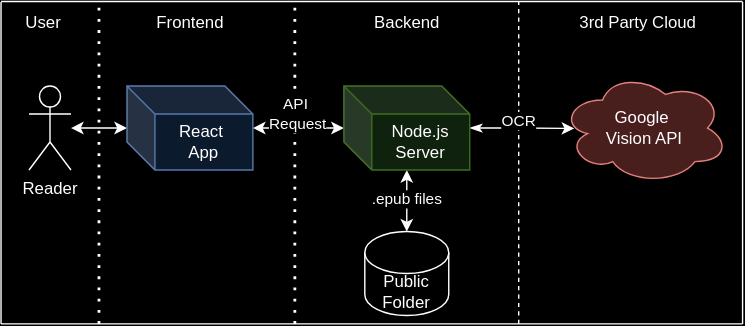
This is docs/figures/epub.drawio.svg from Veggissss/scan-shelf, a draw.io export, as it was before one commit. Source tidied: cells renumbered, new cells last; positions are measured from the earlier drawing's top-left corner, leaving out a move shared by most shapes.
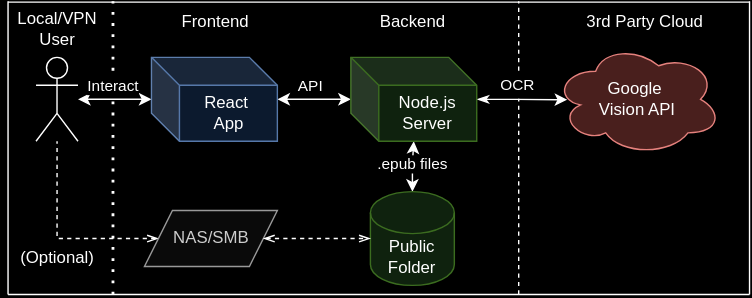
Above is the later version.

Change to the diagram source:
```diff
@@ -10,95 +10,116 @@
         <mxPoint x="1" as="offset" />
       </mxGeometry>
     </mxCell>
-    <mxCell id="4" value="Public&lt;div&gt;Folder&lt;/div&gt;" style="shape=cylinder3;whiteSpace=wrap;html=1;boundedLbl=1;backgroundOutline=1;size=15;" parent="1" vertex="1">
-      <mxGeometry x="260" y="164" width="60" height="60" as="geometry" />
+    <mxCell id="4" value="Public&lt;div&gt;Folder&lt;/div&gt;" style="shape=cylinder3;whiteSpace=wrap;html=1;boundedLbl=1;backgroundOutline=1;size=15;fillColor=#d5e8d4;strokeColor=#82b366;" parent="1" vertex="1">
+      <mxGeometry x="254" y="116.5" width="60" height="67" as="geometry" />
     </mxCell>
-    <mxCell id="5" style="edgeStyle=orthogonalEdgeStyle;rounded=0;jettySize=auto;html=1;startArrow=classic;startFill=1;" parent="1" edge="1" source="6">
-      <mxGeometry relative="1" as="geometry">
-        <mxPoint x="90" y="90" as="targetPoint" />
-      </mxGeometry>
+    <mxCell id="5" style="edgeStyle=orthogonalEdgeStyle;rounded=0;jettySize=auto;html=1;startArrow=classic;startFill=1;entryX=0;entryY=0.5;entryDx=0;entryDy=0;entryPerimeter=0;" parent="1" edge="1" source="6" target="10">
+      <mxGeometry relative="1" as="geometry" />
     </mxCell>
+    <mxCell id="25" value="Interact" style="edgeLabel;html=1;align=center;verticalAlign=middle;" parent="5" vertex="1">
+      <mxGeometry x="0.36" y="1" relative="1" as="geometry">
+        <mxPoint x="-11" y="-9" as="offset" />
+      </mxGeometry>
+    </mxCell>
-    <mxCell id="6" value="Reader" style="shape=umlActor;verticalLabelPosition=bottom;verticalAlign=top;html=1;outlineConnect=0;" parent="1" vertex="1">
-      <mxGeometry x="20" y="60" width="30" height="60" as="geometry" />
+    <mxCell id="6" value="&lt;div&gt;&lt;br&gt;&lt;/div&gt;&lt;div&gt;&lt;br&gt;&lt;/div&gt;" style="shape=umlActor;verticalLabelPosition=bottom;verticalAlign=top;html=1;outlineConnect=0;" parent="1" vertex="1">
+      <mxGeometry x="15" y="20.5" width="30" height="60" as="geometry" />
     </mxCell>
     <mxCell id="7" style="edgeStyle=orthogonalEdgeStyle;rounded=0;jettySize=auto;html=1;startArrow=classic;startFill=1;" parent="1" edge="1" source="9" target="10">
       <mxGeometry relative="1" as="geometry" />
     </mxCell>
+    <mxCell id="26" value="API" style="edgeLabel;html=1;align=center;verticalAlign=middle;" parent="7" vertex="1">
+      <mxGeometry x="-0.1" y="1" relative="1" as="geometry">
+        <mxPoint x="-6" y="-11" as="offset" />
+      </mxGeometry>
+    </mxCell>
     <mxCell id="8" style="edgeStyle=orthogonalEdgeStyle;rounded=0;jettySize=auto;html=1;startArrow=classicThin;startFill=1;entryX=0.081;entryY=0.504;entryDx=0;entryDy=0;entryPerimeter=0;" parent="1" edge="1" source="9" target="16">
       <mxGeometry relative="1" as="geometry" />
     </mxCell>
+    <mxCell id="15" value="OCR" style="edgeLabel;html=1;align=center;verticalAlign=middle;" parent="8" vertex="1">
+      <mxGeometry x="-0.39" y="1" relative="1" as="geometry">
+        <mxPoint x="9" y="-10" as="offset" />
+      </mxGeometry>
+    </mxCell>
     <mxCell id="9" value="&lt;div&gt;Node.js&lt;/div&gt;Server" style="shape=cube;whiteSpace=wrap;html=1;boundedLbl=1;backgroundOutline=1;darkOpacity=0.05;darkOpacity2=0.1;fillColor=#d5e8d4;strokeColor=#82b366;" parent="1" vertex="1">
-      <mxGeometry x="245" y="60" width="90" height="60" as="geometry" />
+      <mxGeometry x="240" y="20.5" width="90" height="60" as="geometry" />
     </mxCell>
     <mxCell id="10" value="React&amp;nbsp;&lt;div&gt;App&lt;/div&gt;" style="shape=cube;whiteSpace=wrap;html=1;boundedLbl=1;backgroundOutline=1;darkOpacity=0.05;darkOpacity2=0.1;fillColor=#dae8fc;strokeColor=#6c8ebf;" parent="1" vertex="1">
-      <mxGeometry x="90" y="60" width="90" height="60" as="geometry" />
+      <mxGeometry x="97.5" y="20.5" width="90" height="60" as="geometry" />
     </mxCell>
-    <mxCell id="11" style="endArrow=none;dashed=1;html=1;dashPattern=1 3;strokeWidth=2;rounded=0;" parent="1" edge="1">
-      <mxGeometry relative="1" as="geometry">
-        <mxPoint x="210" y="230" as="sourcePoint" />
-        <mxPoint x="210" as="targetPoint" />
-      </mxGeometry>
-    </mxCell>
-    <mxCell id="12" value="API&amp;nbsp;&lt;div&gt;Request&lt;/div&gt;" style="edgeLabel;html=1;align=center;verticalAlign=middle;" parent="11" vertex="1">
-      <mxGeometry x="-0.02" y="3" relative="1" as="geometry">
-        <mxPoint x="5" y="-38" as="offset" />
-      </mxGeometry>
-    </mxCell>
-    <mxCell id="13" style="endArrow=none;dashed=1;html=1;dashPattern=1 3;strokeWidth=2;rounded=0;" parent="1" edge="1">
-      <mxGeometry relative="1" as="geometry">
-        <mxPoint x="70" y="230" as="sourcePoint" />
-        <mxPoint x="70" as="targetPoint" />
-      </mxGeometry>
-    </mxCell>
     <mxCell id="14" style="endArrow=none;dashed=1;html=1;rounded=0;" parent="1" edge="1">
       <mxGeometry relative="1" as="geometry">
-        <mxPoint x="370" y="230" as="sourcePoint" />
-        <mxPoint x="370" as="targetPoint" />
+        <mxPoint x="360" y="190" as="sourcePoint" />
+        <mxPoint x="360" y="50" as="targetPoint" />
       </mxGeometry>
     </mxCell>
-    <mxCell id="15" value="OCR" style="edgeLabel;html=1;align=center;verticalAlign=middle;" parent="14" vertex="1">
-      <mxGeometry x="0.27" y="-1" relative="1" as="geometry">
-        <mxPoint x="-1" y="1" as="offset" />
-      </mxGeometry>
-    </mxCell>
     <mxCell id="16" value="Google&amp;nbsp;&lt;div&gt;Vision API&lt;/div&gt;" style="ellipse;shape=cloud;whiteSpace=wrap;html=1;fillColor=#f8cecc;strokeColor=#b85450;" parent="1" vertex="1">
-      <mxGeometry x="400" y="50" width="120" height="80" as="geometry" />
+      <mxGeometry x="385" y="10.5" width="120" height="80" as="geometry" />
     </mxCell>
     <mxCell id="17" value="Frontend" style="text;html=1;align=center;verticalAlign=middle;strokeColor=none;fillColor=none;" parent="1" vertex="1">
-      <mxGeometry x="100" width="70" height="30" as="geometry" />
+      <mxGeometry x="107.5" y="-19.5" width="70" height="30" as="geometry" />
     </mxCell>
     <mxCell id="18" value="Backend" style="text;html=1;align=center;verticalAlign=middle;strokeColor=none;fillColor=none;" parent="1" vertex="1">
-      <mxGeometry x="255" width="70" height="30" as="geometry" />
+      <mxGeometry x="249" y="-19.5" width="70" height="30" as="geometry" />
     </mxCell>
     <mxCell id="19" value="3rd Party Cloud" style="text;html=1;align=center;verticalAlign=middle;strokeColor=none;fillColor=none;" parent="1" vertex="1">
-      <mxGeometry x="400" width="110" height="30" as="geometry" />
+      <mxGeometry x="395" y="-19.5" width="110" height="30" as="geometry" />
     </mxCell>
     <mxCell id="20" style="endArrow=none;html=1;rounded=0;" parent="1" edge="1">
       <mxGeometry relative="1" as="geometry">
-        <mxPoint y="230" as="sourcePoint" />
-        <mxPoint as="targetPoint" />
+        <mxPoint x="-5" y="190" as="sourcePoint" />
+        <mxPoint x="-5" y="-19.5" as="targetPoint" />
       </mxGeometry>
     </mxCell>
     <mxCell id="21" style="endArrow=none;html=1;rounded=0;" parent="1" edge="1">
       <mxGeometry relative="1" as="geometry">
-        <mxPoint x="530" y="-0.5" as="sourcePoint" />
-        <mxPoint y="-0.5" as="targetPoint" />
+        <mxPoint x="525" y="-19" as="sourcePoint" />
+        <mxPoint x="-5" y="-19" as="targetPoint" />
       </mxGeometry>
     </mxCell>
     <mxCell id="22" style="endArrow=none;html=1;rounded=0;" parent="1" edge="1">
       <mxGeometry relative="1" as="geometry">
-        <mxPoint x="530" y="230" as="sourcePoint" />
-        <mxPoint x="530" as="targetPoint" />
+        <mxPoint x="525" y="190" as="sourcePoint" />
+        <mxPoint x="525" y="-19.5" as="targetPoint" />
       </mxGeometry>
     </mxCell>
     <mxCell id="23" style="endArrow=none;html=1;rounded=0;" parent="1" edge="1">
       <mxGeometry relative="1" as="geometry">
-        <mxPoint y="230" as="sourcePoint" />
-        <mxPoint x="530" y="230" as="targetPoint" />
+        <mxPoint x="-5" y="190" as="sourcePoint" />
+        <mxPoint x="525" y="190" as="targetPoint" />
       </mxGeometry>
     </mxCell>
-    <mxCell id="24" value="User" style="text;html=1;align=center;verticalAlign=middle;strokeColor=none;fillColor=none;" parent="1" vertex="1">
-      <mxGeometry x="5" width="50" height="30" as="geometry" />
+    <mxCell id="24" value="Local/VPN&lt;div&gt;User&lt;/div&gt;" style="text;html=1;align=center;verticalAlign=middle;strokeColor=none;fillColor=none;" parent="1" vertex="1">
+      <mxGeometry x="-10" y="-19.5" width="80" height="40" as="geometry" />
     </mxCell>
+    <mxCell id="27" style="endArrow=none;dashed=1;html=1;dashPattern=1 3;strokeWidth=2;rounded=0;" parent="1" edge="1">
+      <mxGeometry relative="1" as="geometry">
+        <mxPoint x="70" y="30" as="sourcePoint" />
+        <mxPoint x="70" y="-19.5" as="targetPoint" />
+      </mxGeometry>
+    </mxCell>
+    <mxCell id="28" style="edgeStyle=orthogonalEdgeStyle;rounded=0;jettySize=auto;html=1;startArrow=openThin;startFill=0;dashed=1;endArrow=none;endFill=0;" parent="1" edge="1" source="29" target="6">
+      <mxGeometry relative="1" as="geometry" />
+    </mxCell>
+    <mxCell id="29" value="NAS/SMB" style="shape=parallelogram;perimeter=parallelogramPerimeter;whiteSpace=wrap;html=1;fixedSize=1;fillColor=#f5f5f5;fontColor=#333333;strokeColor=#666666;" parent="1" vertex="1">
+      <mxGeometry x="92.5" y="130" width="95" height="40" as="geometry" />
+    </mxCell>
+    <mxCell id="30" style="edgeStyle=orthogonalEdgeStyle;rounded=0;jettySize=auto;html=1;entryX=0;entryY=0.5;entryDx=0;entryDy=0;entryPerimeter=0;startArrow=openThin;startFill=0;dashed=1;endArrow=openThin;endFill=0;" parent="1" edge="1" source="29" target="4">
+      <mxGeometry relative="1" as="geometry" />
+    </mxCell>
+    <mxCell id="31" value="(Optional)" style="text;html=1;align=center;verticalAlign=middle;strokeColor=none;fillColor=none;" parent="1" vertex="1">
+      <mxGeometry x="-10" y="148.5" width="80" height="30" as="geometry" />
+    </mxCell>
+    <mxCell id="32" style="endArrow=none;dashed=1;html=1;dashPattern=1 3;strokeWidth=2;rounded=0;" parent="1" edge="1">
+      <mxGeometry relative="1" as="geometry">
+        <mxPoint x="70" y="190" as="sourcePoint" />
+        <mxPoint x="70" y="50" as="targetPoint" />
+      </mxGeometry>
+    </mxCell>
+    <mxCell id="33" style="endArrow=none;dashed=1;html=1;rounded=0;" parent="1" edge="1">
+      <mxGeometry relative="1" as="geometry">
+        <mxPoint x="360" y="30" as="sourcePoint" />
+        <mxPoint x="360" y="-19.5" as="targetPoint" />
+      </mxGeometry>
+    </mxCell>
   </root>
 </mxGraphModel>
```
